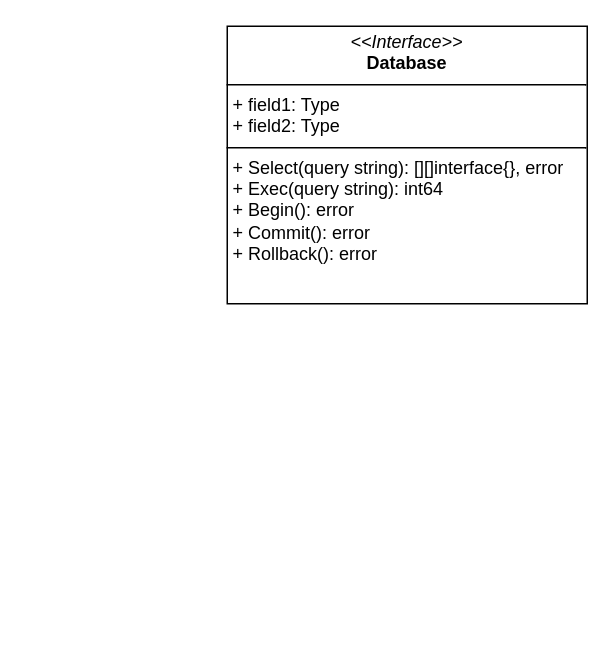
Earlier version of the draw.io diagram db-go.drawio (zukigit/design_structures). Source tidied: cells renumbered, new cells numbered last; positions are measured from the earlier drawing's top-left corner, leaving out a move shared by most shapes. Both pictures are drawn from the tidied source at 150%, with x=0, y=0 at pixel (226, 26).
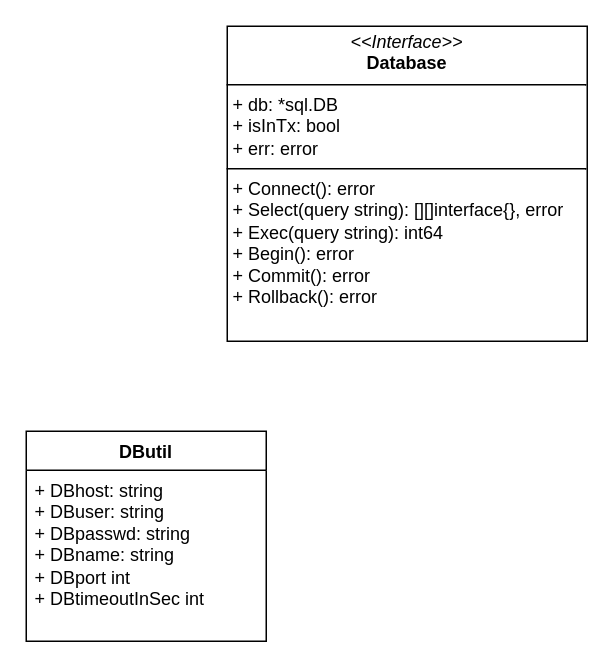
Above is the later version.

Diff of the diagram source:
```diff
@@
 <mxGraphModel>
   <root>
     <mxCell id="0" />
     <mxCell id="1" parent="0" />
-    <mxCell id="2" value="&lt;p style=&quot;margin:0px;margin-top:4px;text-align:center;&quot;&gt;&lt;i&gt;&amp;lt;&amp;lt;Interface&amp;gt;&amp;gt;&lt;/i&gt;&lt;br&gt;&lt;b&gt;Database&lt;/b&gt;&lt;br&gt;&lt;/p&gt;&lt;hr size=&quot;1&quot; style=&quot;border-style:solid;&quot;&gt;&lt;p style=&quot;margin:0px;margin-left:4px;&quot;&gt;+ field1: Type&lt;br&gt;+ field2: Type&lt;/p&gt;&lt;hr size=&quot;1&quot; style=&quot;border-style:solid;&quot;&gt;&lt;p style=&quot;margin:0px;margin-left:4px;&quot;&gt;+ Select(query string): [][]interface{}, error&lt;br&gt;+ Exec(query string): int64&lt;/p&gt;&lt;p style=&quot;margin:0px;margin-left:4px;&quot;&gt;+ &lt;span style=&quot;white-space: pre;&quot;&gt;Begin(&lt;/span&gt;&lt;span style=&quot;white-space: pre;&quot;&gt;): &lt;/span&gt;&lt;span style=&quot;white-space: pre;&quot;&gt;error&lt;/span&gt;&lt;/p&gt;&lt;p style=&quot;margin:0px;margin-left:4px;&quot;&gt;+ &lt;span style=&quot;white-space: pre;&quot;&gt;Commit(&lt;/span&gt;&lt;span style=&quot;white-space: pre;&quot;&gt;): &lt;/span&gt;&lt;span style=&quot;white-space: pre;&quot;&gt;error&lt;/span&gt;&lt;/p&gt;&lt;p style=&quot;margin:0px;margin-left:4px;&quot;&gt;+ &lt;span style=&quot;white-space: pre;&quot;&gt;Rollback(&lt;/span&gt;&lt;span style=&quot;white-space: pre;&quot;&gt;): &lt;/span&gt;&lt;span style=&quot;white-space: pre;&quot;&gt;error&lt;/span&gt;&lt;/p&gt;" style="verticalAlign=top;align=left;overflow=fill;html=1;whiteSpace=wrap;" parent="1" vertex="1">
-      <mxGeometry width="240" height="185" as="geometry" />
+    <mxCell id="2" value="&lt;p style=&quot;margin:0px;margin-top:4px;text-align:center;&quot;&gt;&lt;i&gt;&amp;lt;&amp;lt;Interface&amp;gt;&amp;gt;&lt;/i&gt;&lt;br&gt;&lt;b&gt;Database&lt;/b&gt;&lt;br&gt;&lt;/p&gt;&lt;hr size=&quot;1&quot; style=&quot;border-style:solid;&quot;&gt;&lt;p style=&quot;margin:0px;margin-left:4px;&quot;&gt;+ db: *sql.DB&lt;br&gt;+ isInTx: bool&lt;/p&gt;&lt;p style=&quot;margin:0px;margin-left:4px;&quot;&gt;+ err: error&lt;br&gt;&lt;/p&gt;&lt;hr size=&quot;1&quot; style=&quot;border-style:solid;&quot;&gt;&lt;p style=&quot;margin:0px;margin-left:4px;&quot;&gt;+ Connect(): error&lt;br&gt;&lt;/p&gt;&lt;p style=&quot;margin:0px;margin-left:4px;&quot;&gt;+ Select(query string): [][]interface{}, error&lt;br&gt;+ Exec(query string): int64&lt;/p&gt;&lt;p style=&quot;margin:0px;margin-left:4px;&quot;&gt;+ &lt;span style=&quot;white-space: pre;&quot;&gt;Begin(&lt;/span&gt;&lt;span style=&quot;white-space: pre;&quot;&gt;): &lt;/span&gt;&lt;span style=&quot;white-space: pre;&quot;&gt;error&lt;/span&gt;&lt;/p&gt;&lt;p style=&quot;margin:0px;margin-left:4px;&quot;&gt;+ &lt;span style=&quot;white-space: pre;&quot;&gt;Commit(&lt;/span&gt;&lt;span style=&quot;white-space: pre;&quot;&gt;): &lt;/span&gt;&lt;span style=&quot;white-space: pre;&quot;&gt;error&lt;/span&gt;&lt;/p&gt;&lt;p style=&quot;margin:0px;margin-left:4px;&quot;&gt;+ &lt;span style=&quot;white-space: pre;&quot;&gt;Rollback(&lt;/span&gt;&lt;span style=&quot;white-space: pre;&quot;&gt;): &lt;/span&gt;&lt;span style=&quot;white-space: pre;&quot;&gt;error&lt;/span&gt;&lt;/p&gt;" style="verticalAlign=top;align=left;overflow=fill;html=1;whiteSpace=wrap;" parent="1" vertex="1">
+      <mxGeometry width="240" height="210" as="geometry" />
     </mxCell>
+    <mxCell id="3" value="&lt;div&gt;DButil&lt;/div&gt;&lt;div&gt;&lt;br&gt;&lt;/div&gt;" style="swimlane;fontStyle=1;align=center;verticalAlign=top;horizontal=1;startSize=26;whiteSpace=wrap;html=1;" parent="1" vertex="1">
+      <mxGeometry x="-134" y="270" width="160" height="140" as="geometry" />
+    </mxCell>
+    <mxCell id="4" value="&lt;div&gt;+ DBhost: string&lt;/div&gt;&lt;div&gt;+ DBuser: string&lt;/div&gt;&lt;div&gt;+ DBpasswd: string&lt;/div&gt;&lt;div&gt;+ DBname: string&lt;/div&gt;&lt;div&gt;+ DBport int&lt;/div&gt;&lt;div&gt;+ DBtimeoutInSec int&lt;br&gt;&lt;/div&gt;" style="text;strokeColor=none;fillColor=none;align=left;verticalAlign=top;spacingLeft=4;spacingRight=4;overflow=hidden;whiteSpace=wrap;html=1;" parent="3" vertex="1">
+      <mxGeometry y="26" width="160" height="114" as="geometry" />
+    </mxCell>
   </root>
 </mxGraphModel>
```
